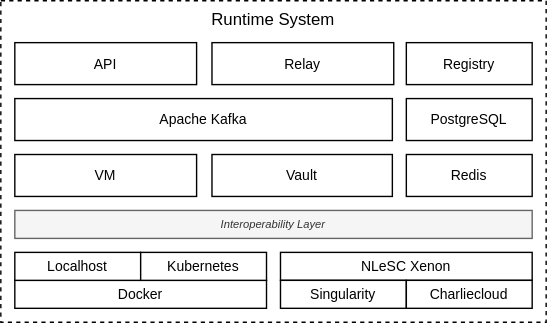
This is docs/assets/img/runtime-system.svg from onnovalkering/brane, a draw.io export, as it was before one commit. Source tidied: cells renumbered, new cells last; positions are measured from the earlier drawing's top-left corner, leaving out a move shared by most shapes.
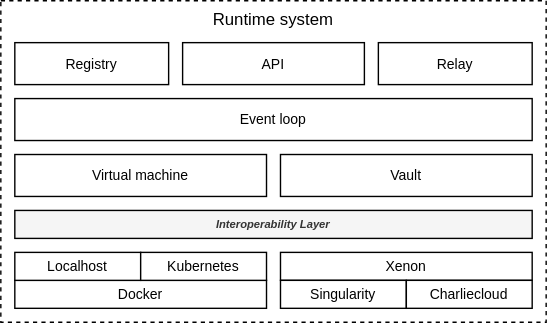
The same file after the commit.

Commit message:
docs(docs): rename architecture page into overview page

The edit, as a diff of the source:
```diff
@@ -2,53 +2,47 @@
   <root>
     <mxCell id="0" />
     <mxCell id="1" parent="0" />
-    <mxCell id="2" value="Runtime System" style="rounded=0;whiteSpace=wrap;html=1;fontSize=12;dashed=1;fillColor=none;verticalAlign=top;fontStyle=0;glass=0;shadow=0;sketch=0;" parent="1" vertex="1">
+    <mxCell id="2" value="Runtime system" style="rounded=0;whiteSpace=wrap;html=1;fontSize=12;dashed=1;fillColor=none;verticalAlign=top;fontStyle=0;glass=0;shadow=0;sketch=0;" parent="1" vertex="1">
       <mxGeometry width="390" height="230" as="geometry" />
     </mxCell>
-    <mxCell id="3" value="Apache Kafka" style="rounded=0;whiteSpace=wrap;html=1;fontSize=10;" parent="1" vertex="1">
-      <mxGeometry x="10" y="70" width="270" height="30" as="geometry" />
+    <mxCell id="3" value="Event loop" style="rounded=0;whiteSpace=wrap;html=1;fontSize=10;" parent="1" vertex="1">
+      <mxGeometry x="10" y="70" width="370" height="30" as="geometry" />
     </mxCell>
     <mxCell id="4" value="API" style="rounded=0;whiteSpace=wrap;html=1;fontSize=10;" parent="1" vertex="1">
-      <mxGeometry x="10" y="30" width="130" height="30" as="geometry" />
+      <mxGeometry x="130" y="30" width="130" height="30" as="geometry" />
     </mxCell>
-    <mxCell id="5" value="VM" style="rounded=0;whiteSpace=wrap;html=1;fontSize=10;" parent="1" vertex="1">
-      <mxGeometry x="10" y="110" width="130" height="30" as="geometry" />
+    <mxCell id="5" value="Virtual machine" style="rounded=0;whiteSpace=wrap;html=1;fontSize=10;" parent="1" vertex="1">
+      <mxGeometry x="10" y="110" width="180" height="30" as="geometry" />
     </mxCell>
     <mxCell id="6" value="Vault" style="rounded=0;whiteSpace=wrap;html=1;fontSize=10;" parent="1" vertex="1">
-      <mxGeometry x="151" y="110" width="129" height="30" as="geometry" />
+      <mxGeometry x="200" y="110" width="180" height="30" as="geometry" />
     </mxCell>
-    <mxCell id="7" value="Relay" style="rounded=0;whiteSpace=wrap;html=1;fontSize=10;" parent="1" vertex="1">
-      <mxGeometry x="151" y="30" width="130" height="30" as="geometry" />
+    <mxCell id="7" value="Registry" style="rounded=0;whiteSpace=wrap;html=1;fontSize=10;" parent="1" vertex="1">
+      <mxGeometry x="10" y="30" width="110" height="30" as="geometry" />
     </mxCell>
-    <mxCell id="8" value="Redis" style="rounded=0;whiteSpace=wrap;html=1;fontSize=10;" parent="1" vertex="1">
-      <mxGeometry x="290" y="110" width="90" height="30" as="geometry" />
+    <mxCell id="8" value="Relay" style="rounded=0;whiteSpace=wrap;html=1;fontSize=10;" parent="1" vertex="1">
+      <mxGeometry x="270" y="30" width="110" height="30" as="geometry" />
     </mxCell>
-    <mxCell id="9" value="PostgreSQL" style="rounded=0;whiteSpace=wrap;html=1;fontSize=10;" parent="1" vertex="1">
-      <mxGeometry x="290" y="70" width="90" height="30" as="geometry" />
+    <mxCell id="9" value="Interoperability Layer" style="rounded=0;whiteSpace=wrap;html=1;fontSize=8;fontStyle=3;fillColor=#f5f5f5;fontColor=#333333;" parent="1" vertex="1">
+      <mxGeometry x="10" y="150" width="370" height="20" as="geometry" />
     </mxCell>
-    <mxCell id="10" value="Registry" style="rounded=0;whiteSpace=wrap;html=1;fontSize=10;" parent="1" vertex="1">
-      <mxGeometry x="290" y="30" width="90" height="30" as="geometry" />
+    <mxCell id="10" value="Docker" style="rounded=0;whiteSpace=wrap;html=1;fontSize=10;" parent="1" vertex="1">
+      <mxGeometry x="10" y="200" width="180" height="20" as="geometry" />
     </mxCell>
-    <mxCell id="11" value="Interoperability Layer" style="rounded=0;whiteSpace=wrap;html=1;fontSize=8;fontStyle=2;fillColor=#f5f5f5;strokeColor=#666666;fontColor=#333333;" parent="1" vertex="1">
-      <mxGeometry x="10" y="150" width="370" height="20" as="geometry" />
+    <mxCell id="11" value="Xenon" style="rounded=0;whiteSpace=wrap;html=1;fontSize=10;verticalAlign=middle;" parent="1" vertex="1">
+      <mxGeometry x="200" y="180" width="180" height="20" as="geometry" />
     </mxCell>
-    <mxCell id="12" value="Docker" style="rounded=0;whiteSpace=wrap;html=1;fontSize=10;" parent="1" vertex="1">
-      <mxGeometry x="10" y="200" width="180" height="20" as="geometry" />
+    <mxCell id="12" value="Localhost" style="rounded=0;whiteSpace=wrap;html=1;fontSize=10;" parent="1" vertex="1">
+      <mxGeometry x="10" y="180" width="90" height="20" as="geometry" />
     </mxCell>
-    <mxCell id="13" value="NLeSC Xenon" style="rounded=0;whiteSpace=wrap;html=1;fontSize=10;" parent="1" vertex="1">
-      <mxGeometry x="200" y="180" width="180" height="20" as="geometry" />
+    <mxCell id="13" value="Kubernetes" style="rounded=0;whiteSpace=wrap;html=1;fontSize=10;" parent="1" vertex="1">
+      <mxGeometry x="100" y="180" width="90" height="20" as="geometry" />
     </mxCell>
-    <mxCell id="14" value="Localhost" style="rounded=0;whiteSpace=wrap;html=1;fontSize=10;" parent="1" vertex="1">
-      <mxGeometry x="10" y="180" width="90" height="20" as="geometry" />
+    <mxCell id="14" value="Singularity" style="rounded=0;whiteSpace=wrap;html=1;fontSize=10;" parent="1" vertex="1">
+      <mxGeometry x="200" y="200" width="90" height="20" as="geometry" />
     </mxCell>
-    <mxCell id="15" value="Kubernetes" style="rounded=0;whiteSpace=wrap;html=1;fontSize=10;" parent="1" vertex="1">
-      <mxGeometry x="100" y="180" width="90" height="20" as="geometry" />
+    <mxCell id="15" value="Charliecloud" style="rounded=0;whiteSpace=wrap;html=1;fontSize=10;" parent="1" vertex="1">
+      <mxGeometry x="290" y="200" width="90" height="20" as="geometry" />
     </mxCell>
-    <mxCell id="16" value="Singularity" style="rounded=0;whiteSpace=wrap;html=1;fontSize=10;" parent="1" vertex="1">
-      <mxGeometry x="200" y="200" width="90" height="20" as="geometry" />
-    </mxCell>
-    <mxCell id="17" value="Charliecloud" style="rounded=0;whiteSpace=wrap;html=1;fontSize=10;" parent="1" vertex="1">
-      <mxGeometry x="290" y="200" width="90" height="20" as="geometry" />
-    </mxCell>
   </root>
 </mxGraphModel>
```
